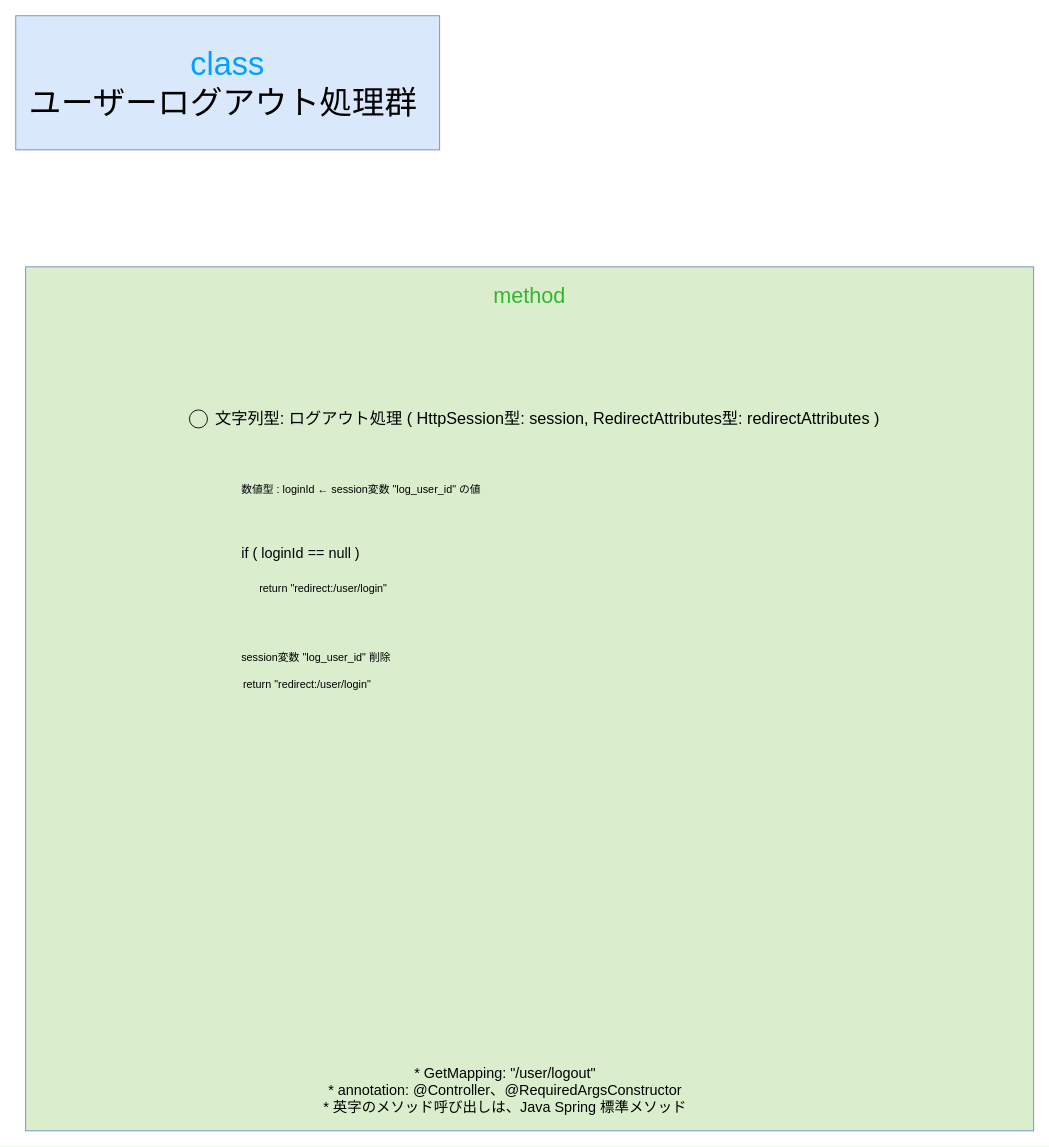
tro319/meeting_reservation_system keeps this draw.io diagram as gijigengo/controller/user/meeting_reservation_sys controller_user LogoutControllerクラス 疑似言語.drawio. Above is the earlier version. Source tidied: cells renumbered, new cells numbered last; positions are measured from the earlier drawing's top-left corner, leaving out a move shared by most shapes. Both pictures are drawn from the tidied source at 90%, with x=0, y=0 at pixel (15, 15).
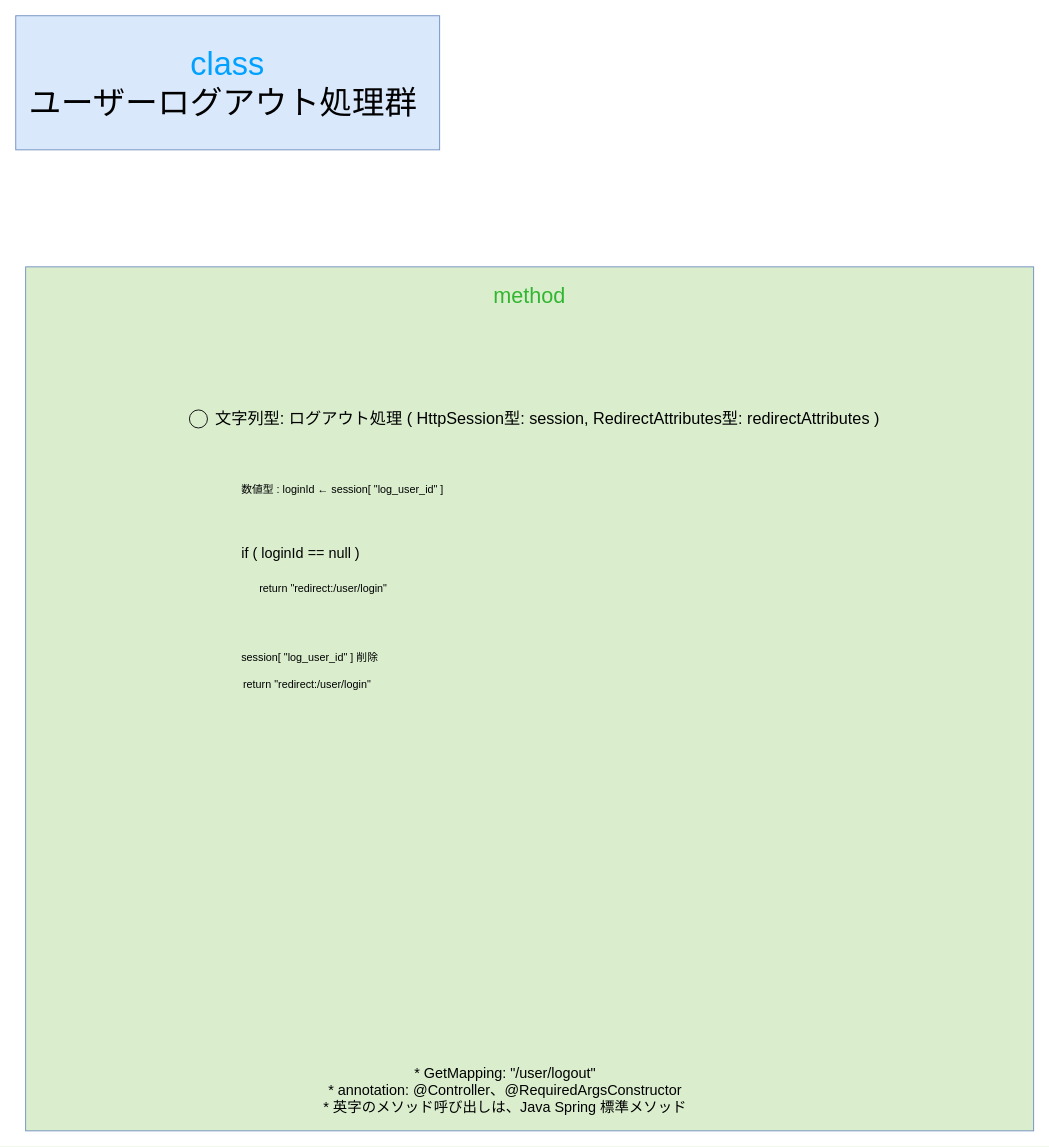
After the change.

What changed in the source:
```diff
@@
 <mxGraphModel>
   <root>
     <mxCell id="0" />
     <mxCell id="1" parent="0" />
     <mxCell id="2" value="&lt;div&gt;&lt;span style=&quot;color: rgb(0, 161, 255);&quot;&gt;class&lt;/span&gt;&lt;/div&gt;&lt;div&gt;ユーザーログアウト処理群&amp;nbsp;&lt;/div&gt;" style="text;html=1;whiteSpace=wrap;strokeColor=#6c8ebf;fillColor=#dae8fc;align=center;verticalAlign=middle;rounded=0;fontSize=36;" parent="1" vertex="1">
       <mxGeometry width="471" height="149" as="geometry" />
     </mxCell>
     <mxCell id="3" value="&lt;div&gt;&lt;font style=&quot;font-size: 24px;&quot;&gt;&lt;span style=&quot;color: rgb(50, 182, 49);&quot;&gt;&lt;span style=&quot;&quot;&gt;&lt;span style=&quot;&quot;&gt;&lt;span&gt;method&lt;/span&gt;&lt;/span&gt;&lt;/span&gt;&lt;/span&gt;&lt;/font&gt;&lt;/div&gt;&lt;div&gt;&lt;font style=&quot;font-size: 24px;&quot;&gt;&lt;span style=&quot;color: rgba(0, 0, 0, 0);&quot;&gt;&lt;span style=&quot;color: rgba(0, 0, 0, 0);&quot;&gt;&lt;span style=&quot;&quot;&gt;&lt;span style=&quot;&quot;&gt;&lt;br&gt;&lt;/span&gt;&lt;/span&gt;&lt;/span&gt;&lt;/span&gt;&lt;/font&gt;&lt;/div&gt;" style="text;html=1;whiteSpace=wrap;strokeColor=#6c8ebf;fillColor=light-dark(#daeece, #214210);align=center;verticalAlign=top;rounded=0;fontSize=36;fontColor=#00A1FF;" parent="1" vertex="1">
       <mxGeometry x="11" y="279" width="1120" height="960" as="geometry" />
     </mxCell>
-    <mxCell id="4" value="&lt;div&gt;&lt;span style=&quot;color: rgb(0, 0, 0);&quot;&gt;&lt;font&gt;数値型 : loginId ←&amp;nbsp;&lt;/font&gt;&lt;/span&gt;&lt;span style=&quot;color: rgb(0, 0, 0);&quot;&gt;&lt;font&gt;session変数 &quot;log_user_id&quot; の値&lt;/font&gt;&lt;/span&gt;&lt;/div&gt;" style="text;html=1;whiteSpace=wrap;strokeColor=none;fillColor=none;align=left;verticalAlign=middle;rounded=0;fontSize=12;" parent="1" vertex="1">
+    <mxCell id="4" value="&lt;div&gt;&lt;span style=&quot;color: rgb(0, 0, 0);&quot;&gt;&lt;font&gt;数値型 : loginId ←&amp;nbsp;&lt;/font&gt;&lt;/span&gt;&lt;span style=&quot;color: rgb(0, 0, 0);&quot;&gt;&lt;font&gt;session[ &quot;log_user_id&quot; ]&lt;/font&gt;&lt;/span&gt;&lt;/div&gt;" style="text;html=1;whiteSpace=wrap;strokeColor=none;fillColor=none;align=left;verticalAlign=middle;rounded=0;fontSize=12;" parent="1" vertex="1">
       <mxGeometry x="249" y="512" width="590" height="30" as="geometry" />
     </mxCell>
     <mxCell id="5" value="&lt;div&gt;&lt;span&gt;&lt;span&gt;&lt;span style=&quot;color: rgb(0, 0, 0);&quot;&gt;&lt;font style=&quot;font-size: 16px;&quot;&gt;* GetMapping: &quot;/user/logout&quot;&lt;/font&gt;&lt;/span&gt;&lt;/span&gt;&lt;/span&gt;&lt;/div&gt;&lt;div&gt;&lt;span&gt;&lt;span&gt;&lt;span style=&quot;color: rgb(0, 0, 0);&quot;&gt;&lt;font style=&quot;font-size: 16px;&quot;&gt;* annotation: @Controller、@RequiredArgsConstructor&lt;/font&gt;&lt;/span&gt;&lt;/span&gt;&lt;/span&gt;&lt;/div&gt;&lt;div&gt;&lt;span&gt;&lt;span&gt;&lt;span style=&quot;color: rgb(0, 0, 0);&quot;&gt;&lt;font style=&quot;font-size: 16px;&quot;&gt;* 英字のメソッド呼び出しは、Java Spring 標準メソッド&lt;/font&gt;&lt;/span&gt;&lt;/span&gt;&lt;/span&gt;&lt;/div&gt;" style="text;html=1;whiteSpace=wrap;strokeColor=none;fillColor=none;align=center;verticalAlign=middle;rounded=0;" parent="1" vertex="1">
       <mxGeometry x="249" y="1179" width="590" height="30" as="geometry" />
     </mxCell>
     <mxCell id="6" value="&lt;div align=&quot;left&quot;&gt;&lt;span style=&quot;color: rgb(0, 0, 0);&quot;&gt;&lt;font style=&quot;font-size: 16px;&quot;&gt;if ( loginId == null )&amp;nbsp;&lt;/font&gt;&lt;/span&gt;&lt;/div&gt;" style="text;html=1;whiteSpace=wrap;strokeColor=none;fillColor=none;align=left;verticalAlign=middle;rounded=0;" parent="1" vertex="1">
       <mxGeometry x="249" y="582" width="590" height="30" as="geometry" />
     </mxCell>
     <mxCell id="7" value="return &quot;redirect:/user/login&quot;" style="text;html=1;whiteSpace=wrap;strokeColor=none;fillColor=none;align=left;verticalAlign=middle;rounded=0;" parent="1" vertex="1">
       <mxGeometry x="269" y="622" width="590" height="30" as="geometry" />
     </mxCell>
     <mxCell id="8" value="&amp;nbsp; &amp;nbsp; &amp;nbsp; &amp;nbsp; &amp;nbsp; &amp;nbsp; &amp;nbsp;" style="ellipse;whiteSpace=wrap;html=1;fillColor=none;" parent="1" vertex="1">
       <mxGeometry x="193" y="438" width="20" height="20" as="geometry" />
     </mxCell>
     <mxCell id="9" value="&lt;font style=&quot;font-size: 18px;&quot;&gt;&lt;span&gt;&lt;span&gt;&lt;span style=&quot;color: rgb(0, 0, 0);&quot;&gt;&lt;font&gt;文字列型: ログアウト処理 ( HttpSession型: session, RedirectAttributes型: redirectAttributes )&lt;/font&gt;&lt;/span&gt;&lt;/span&gt;&lt;/span&gt;&lt;/font&gt;" style="whiteSpace=wrap;html=1;fillColor=none;labelBorderColor=none;strokeColor=none;" parent="1" vertex="1">
       <mxGeometry x="115.9" y="433" width="950.3" height="30" as="geometry" />
     </mxCell>
     <mxCell id="10" value="return &quot;redirect:/user/login&quot;" style="text;html=1;whiteSpace=wrap;strokeColor=none;fillColor=none;align=left;verticalAlign=middle;rounded=0;" parent="1" vertex="1">
       <mxGeometry x="251" y="729" width="590" height="30" as="geometry" />
     </mxCell>
-    <mxCell id="11" value="session変数 &quot;log_user_id&quot; 削除" style="text;html=1;whiteSpace=wrap;strokeColor=none;fillColor=none;align=left;verticalAlign=middle;rounded=0;" parent="1" vertex="1">
+    <mxCell id="11" value="session[ &quot;log_user_id&quot; ] 削除" style="text;html=1;whiteSpace=wrap;strokeColor=none;fillColor=none;align=left;verticalAlign=middle;rounded=0;" parent="1" vertex="1">
       <mxGeometry x="249" y="699" width="624" height="30" as="geometry" />
     </mxCell>
   </root>
 </mxGraphModel>
```
